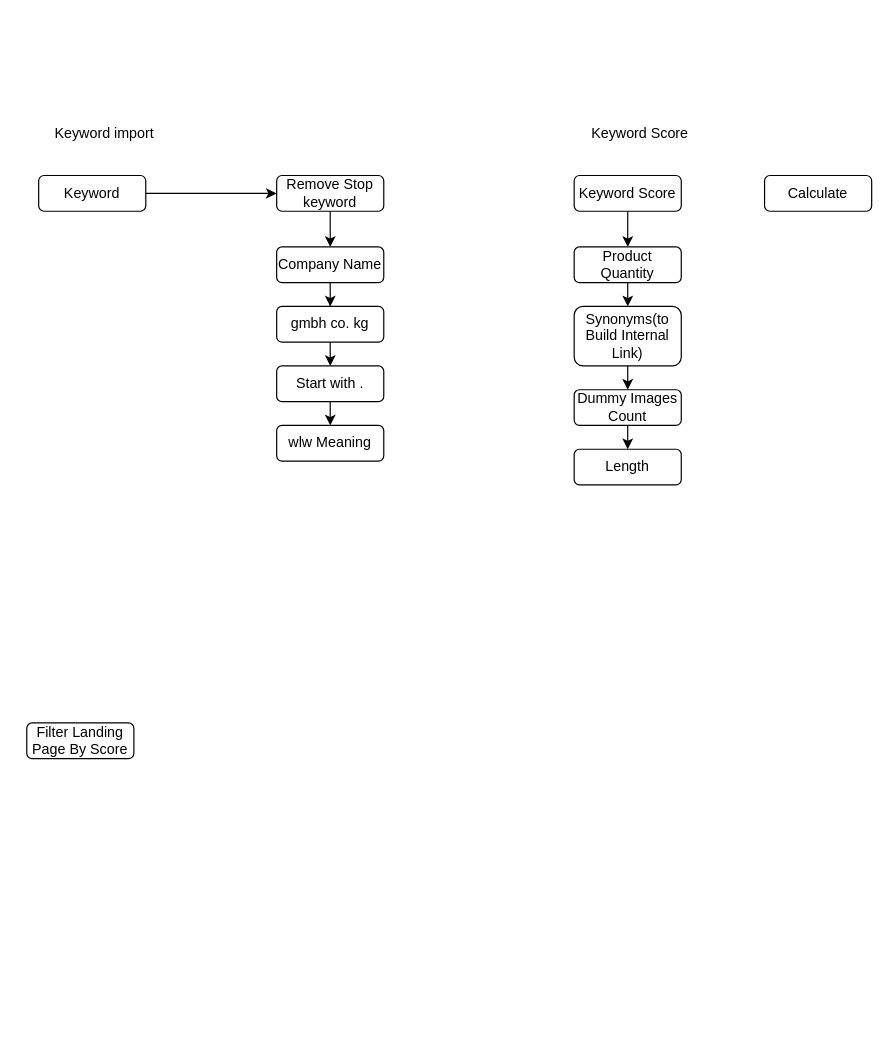
VisableHarry/seo-drawio keeps this draw.io diagram as drawio/keywordanalyze.drawio. Above is the earlier version. Source tidied: cells renumbered, new cells numbered last; positions are measured from the earlier drawing's top-left corner, leaving out a move shared by most shapes. Both pictures are drawn from the tidied source at 119%, with x=0, y=0 at pixel (26, 115).
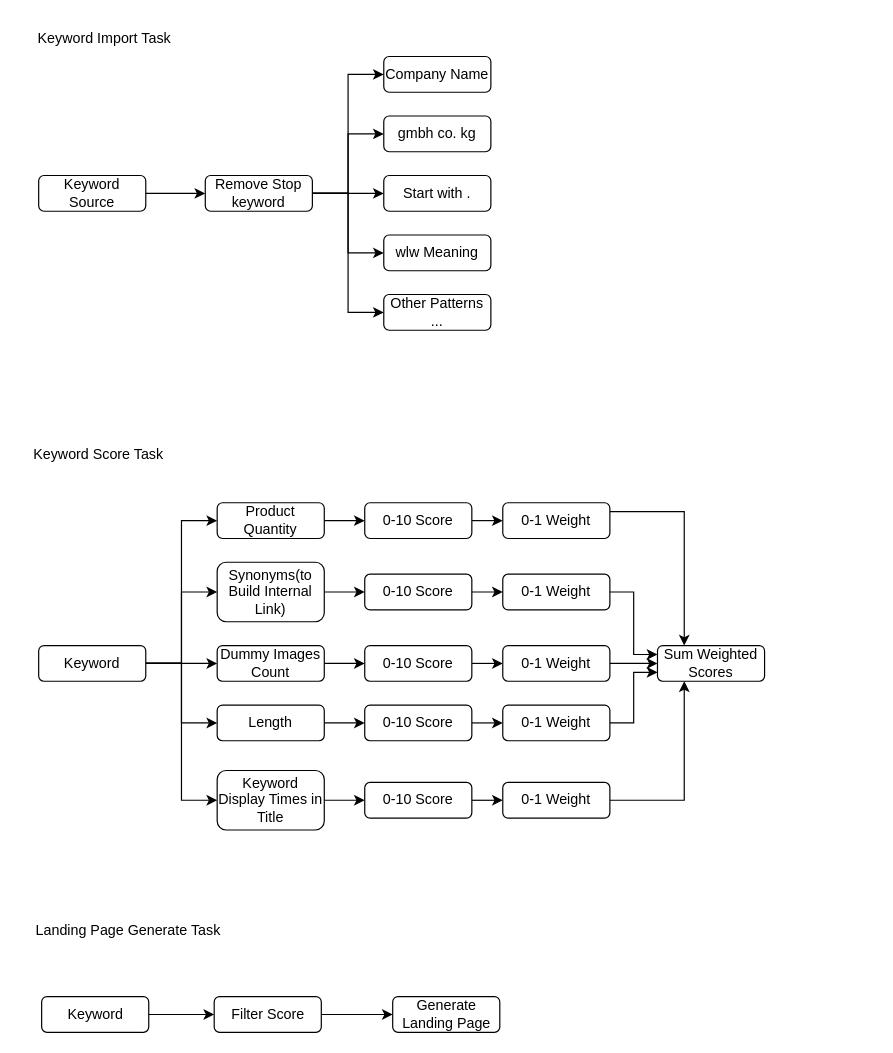
After the change.

Diff of the diagram source:
```diff
@@
-    <mxCell id="3" value="Keyword" style="rounded=1;whiteSpace=wrap;html=1;" parent="1" vertex="1">
+    <mxCell id="3" value="Keyword Source" style="rounded=1;whiteSpace=wrap;html=1;" parent="1" vertex="1">
       <mxGeometry x="10" y="50" width="90" height="30" as="geometry" />
     </mxCell>
-    <mxCell id="4" style="edgeStyle=orthogonalEdgeStyle;rounded=0;jettySize=auto;html=1;exitX=0.5;exitY=1;exitDx=0;exitDy=0;entryX=0.5;entryY=0;entryDx=0;entryDy=0;" parent="1" edge="1" source="5" target="10">
+    <mxCell id="4" style="edgeStyle=orthogonalEdgeStyle;rounded=0;jettySize=auto;html=1;exitX=1;exitY=0.5;exitDx=0;exitDy=0;entryX=0;entryY=0.5;entryDx=0;entryDy=0;" parent="1" edge="1" source="5" target="10">
       <mxGeometry relative="1" as="geometry" />
     </mxCell>
+    <mxCell id="26" style="edgeStyle=orthogonalEdgeStyle;rounded=0;jettySize=auto;html=1;exitX=1;exitY=0.5;exitDx=0;exitDy=0;entryX=0;entryY=0.5;entryDx=0;entryDy=0;" parent="1" edge="1" source="5" target="15">
+      <mxGeometry relative="1" as="geometry" />
+    </mxCell>
+    <mxCell id="27" style="edgeStyle=orthogonalEdgeStyle;rounded=0;jettySize=auto;html=1;exitX=1;exitY=0.5;exitDx=0;exitDy=0;entryX=0;entryY=0.5;entryDx=0;entryDy=0;" parent="1" edge="1" source="5" target="36">
+      <mxGeometry relative="1" as="geometry" />
+    </mxCell>
+    <mxCell id="28" style="edgeStyle=orthogonalEdgeStyle;rounded=0;jettySize=auto;html=1;exitX=1;exitY=0.5;exitDx=0;exitDy=0;" parent="1" edge="1" source="5" target="14">
+      <mxGeometry relative="1" as="geometry" />
+    </mxCell>
+    <mxCell id="29" style="edgeStyle=orthogonalEdgeStyle;rounded=0;jettySize=auto;html=1;exitX=1;exitY=0.5;exitDx=0;exitDy=0;entryX=0;entryY=0.5;entryDx=0;entryDy=0;" parent="1" edge="1" source="5" target="12">
+      <mxGeometry relative="1" as="geometry" />
+    </mxCell>
     <mxCell id="5" value="Remove Stop keyword" style="rounded=1;whiteSpace=wrap;html=1;" parent="1" vertex="1">
-      <mxGeometry x="210" y="50" width="90" height="30" as="geometry" />
+      <mxGeometry x="150" y="50" width="90" height="30" as="geometry" />
     </mxCell>
-    <mxCell id="6" style="edgeStyle=orthogonalEdgeStyle;rounded=0;jettySize=auto;html=1;exitX=0.5;exitY=1;exitDx=0;exitDy=0;entryX=0.5;entryY=0;entryDx=0;entryDy=0;" parent="1" edge="1" source="7" target="17">
-      <mxGeometry relative="1" as="geometry" />
-    </mxCell>
-    <mxCell id="7" value="Keyword Score" style="rounded=1;whiteSpace=wrap;html=1;" parent="1" vertex="1">
-      <mxGeometry x="460" y="50" width="90" height="30" as="geometry" />
-    </mxCell>
+    <mxCell id="30" style="edgeStyle=orthogonalEdgeStyle;rounded=0;jettySize=auto;html=1;exitX=1;exitY=0.5;exitDx=0;exitDy=0;" parent="1" edge="1" source="8" target="52">
+      <mxGeometry relative="1" as="geometry" />
+    </mxCell>
-    <mxCell id="8" value="Filter Landing Page By Score" style="rounded=1;whiteSpace=wrap;html=1;" parent="1" vertex="1">
-      <mxGeometry y="510" width="90" height="30" as="geometry" />
+    <mxCell id="8" value="Keyword" style="rounded=1;whiteSpace=wrap;html=1;" parent="1" vertex="1">
+      <mxGeometry x="12.5" y="740" width="90" height="30" as="geometry" />
     </mxCell>
-    <mxCell id="9" style="edgeStyle=orthogonalEdgeStyle;rounded=0;jettySize=auto;html=1;exitX=0.5;exitY=1;exitDx=0;exitDy=0;" parent="1" edge="1" source="10" target="12">
-      <mxGeometry relative="1" as="geometry" />
-    </mxCell>
     <mxCell id="10" value="Company Name" style="rounded=1;whiteSpace=wrap;html=1;" parent="1" vertex="1">
-      <mxGeometry x="210" y="110" width="90" height="30" as="geometry" />
+      <mxGeometry x="300" y="-50" width="90" height="30" as="geometry" />
     </mxCell>
-    <mxCell id="11" style="edgeStyle=orthogonalEdgeStyle;rounded=0;jettySize=auto;html=1;exitX=0.5;exitY=1;exitDx=0;exitDy=0;entryX=0.5;entryY=0;entryDx=0;entryDy=0;" parent="1" edge="1" source="12" target="14">
-      <mxGeometry relative="1" as="geometry" />
-    </mxCell>
     <mxCell id="12" value="gmbh co. kg" style="rounded=1;whiteSpace=wrap;html=1;" parent="1" vertex="1">
-      <mxGeometry x="210" y="160" width="90" height="30" as="geometry" />
+      <mxGeometry x="300" width="90" height="30" as="geometry" />
     </mxCell>
-    <mxCell id="13" style="edgeStyle=orthogonalEdgeStyle;rounded=0;jettySize=auto;html=1;exitX=0.5;exitY=1;exitDx=0;exitDy=0;entryX=0.5;entryY=0;entryDx=0;entryDy=0;" parent="1" edge="1" source="14" target="15">
-      <mxGeometry relative="1" as="geometry" />
-    </mxCell>
     <mxCell id="14" value="Start with ." style="rounded=1;whiteSpace=wrap;html=1;" parent="1" vertex="1">
-      <mxGeometry x="210" y="210" width="90" height="30" as="geometry" />
+      <mxGeometry x="300" y="50" width="90" height="30" as="geometry" />
     </mxCell>
     <mxCell id="15" value="wlw Meaning" style="rounded=1;whiteSpace=wrap;html=1;" parent="1" vertex="1">
-      <mxGeometry x="210" y="260" width="90" height="30" as="geometry" />
+      <mxGeometry x="300" y="100" width="90" height="30" as="geometry" />
     </mxCell>
-    <mxCell id="16" style="edgeStyle=orthogonalEdgeStyle;rounded=0;jettySize=auto;html=1;exitX=0.5;exitY=1;exitDx=0;exitDy=0;entryX=0.5;entryY=0;entryDx=0;entryDy=0;" parent="1" edge="1" source="17" target="19">
-      <mxGeometry relative="1" as="geometry" />
-    </mxCell>
+    <mxCell id="31" style="edgeStyle=orthogonalEdgeStyle;rounded=0;jettySize=auto;html=1;exitX=1;exitY=0.5;exitDx=0;exitDy=0;entryX=0;entryY=0.5;entryDx=0;entryDy=0;" parent="1" edge="1" source="17" target="25">
+      <mxGeometry relative="1" as="geometry" />
+    </mxCell>
     <mxCell id="17" value="Product Quantity" style="rounded=1;whiteSpace=wrap;html=1;" parent="1" vertex="1">
-      <mxGeometry x="460" y="110" width="90" height="30" as="geometry" />
+      <mxGeometry x="160" y="325" width="90" height="30" as="geometry" />
     </mxCell>
-    <mxCell id="18" style="edgeStyle=orthogonalEdgeStyle;rounded=0;jettySize=auto;html=1;exitX=0.5;exitY=1;exitDx=0;exitDy=0;entryX=0.5;entryY=0;entryDx=0;entryDy=0;" parent="1" edge="1" source="19" target="21">
-      <mxGeometry relative="1" as="geometry" />
-    </mxCell>
+    <mxCell id="32" style="edgeStyle=orthogonalEdgeStyle;rounded=0;jettySize=auto;html=1;exitX=1;exitY=0.5;exitDx=0;exitDy=0;entryX=0;entryY=0.5;entryDx=0;entryDy=0;" parent="1" edge="1" source="19" target="44">
+      <mxGeometry relative="1" as="geometry" />
+    </mxCell>
     <mxCell id="19" value="Synonyms(to Build Internal Link)" style="rounded=1;whiteSpace=wrap;html=1;" parent="1" vertex="1">
-      <mxGeometry x="460" y="160" width="90" height="50" as="geometry" />
+      <mxGeometry x="160" y="375" width="90" height="50" as="geometry" />
     </mxCell>
-    <mxCell id="20" style="edgeStyle=orthogonalEdgeStyle;rounded=0;jettySize=auto;html=1;exitX=0.5;exitY=1;exitDx=0;exitDy=0;entryX=0.5;entryY=0;entryDx=0;entryDy=0;" parent="1" edge="1" source="21" target="22">
-      <mxGeometry relative="1" as="geometry" />
-    </mxCell>
+    <mxCell id="33" style="edgeStyle=orthogonalEdgeStyle;rounded=0;jettySize=auto;html=1;exitX=1;exitY=0.5;exitDx=0;exitDy=0;entryX=0;entryY=0.5;entryDx=0;entryDy=0;" parent="1" edge="1" source="21" target="46">
+      <mxGeometry relative="1" as="geometry" />
+    </mxCell>
     <mxCell id="21" value="Dummy Images Count" style="rounded=1;whiteSpace=wrap;html=1;" parent="1" vertex="1">
-      <mxGeometry x="460" y="230" width="90" height="30" as="geometry" />
+      <mxGeometry x="160" y="445" width="90" height="30" as="geometry" />
     </mxCell>
+    <mxCell id="34" style="edgeStyle=orthogonalEdgeStyle;rounded=0;jettySize=auto;html=1;exitX=1;exitY=0.5;exitDx=0;exitDy=0;entryX=0;entryY=0.5;entryDx=0;entryDy=0;" parent="1" edge="1" source="22" target="48">
+      <mxGeometry relative="1" as="geometry" />
+    </mxCell>
     <mxCell id="22" value="Length" style="rounded=1;whiteSpace=wrap;html=1;" parent="1" vertex="1">
-      <mxGeometry x="460" y="280" width="90" height="30" as="geometry" />
+      <mxGeometry x="160" y="495" width="90" height="30" as="geometry" />
     </mxCell>
-    <mxCell id="23" value="Keyword import" style="text;html=1;align=center;verticalAlign=middle;strokeColor=none;fillColor=none;" parent="1" vertex="1">
-      <mxGeometry x="10" width="110" height="30" as="geometry" />
+    <mxCell id="23" value="Keyword Import Task" style="text;html=1;align=center;verticalAlign=middle;strokeColor=none;fillColor=none;" parent="1" vertex="1">
+      <mxGeometry x="-5" y="-80" width="140" height="30" as="geometry" />
     </mxCell>
-    <mxCell id="24" value="Keyword Score" style="text;html=1;align=center;verticalAlign=middle;strokeColor=none;fillColor=none;" parent="1" vertex="1">
-      <mxGeometry x="465" width="100" height="30" as="geometry" />
+    <mxCell id="24" value="Keyword Score Task" style="text;html=1;align=center;verticalAlign=middle;strokeColor=none;fillColor=none;" parent="1" vertex="1">
+      <mxGeometry x="-5" y="270" width="130" height="30" as="geometry" />
     </mxCell>
+    <mxCell id="35" style="edgeStyle=orthogonalEdgeStyle;rounded=0;jettySize=auto;html=1;exitX=1;exitY=0.5;exitDx=0;exitDy=0;entryX=0;entryY=0.5;entryDx=0;entryDy=0;" parent="1" edge="1" source="25" target="55">
+      <mxGeometry relative="1" as="geometry" />
+    </mxCell>
-    <mxCell id="25" value="Calculate" style="rounded=1;whiteSpace=wrap;html=1;" parent="1" vertex="1">
-      <mxGeometry x="620" y="50" width="90" height="30" as="geometry" />
+    <mxCell id="25" value="0-10 Score" style="rounded=1;whiteSpace=wrap;html=1;" parent="1" vertex="1">
+      <mxGeometry x="284" y="325" width="90" height="30" as="geometry" />
     </mxCell>
+    <mxCell id="36" value="Other Patterns ..." style="rounded=1;whiteSpace=wrap;html=1;" parent="1" vertex="1">
+      <mxGeometry x="300" y="150" width="90" height="30" as="geometry" />
+    </mxCell>
+    <mxCell id="37" style="edgeStyle=orthogonalEdgeStyle;rounded=0;jettySize=auto;html=1;exitX=1;exitY=0.5;exitDx=0;exitDy=0;entryX=0;entryY=0.5;entryDx=0;entryDy=0;" parent="1" edge="1" source="42" target="17">
+      <mxGeometry relative="1" as="geometry" />
+    </mxCell>
+    <mxCell id="38" style="edgeStyle=orthogonalEdgeStyle;rounded=0;jettySize=auto;html=1;exitX=1;exitY=0.5;exitDx=0;exitDy=0;entryX=0;entryY=0.5;entryDx=0;entryDy=0;" parent="1" edge="1" source="42" target="21">
+      <mxGeometry relative="1" as="geometry" />
+    </mxCell>
+    <mxCell id="39" style="edgeStyle=orthogonalEdgeStyle;rounded=0;jettySize=auto;html=1;exitX=1;exitY=0.5;exitDx=0;exitDy=0;entryX=0;entryY=0.5;entryDx=0;entryDy=0;" parent="1" edge="1" source="42" target="22">
+      <mxGeometry relative="1" as="geometry" />
+    </mxCell>
+    <mxCell id="40" style="edgeStyle=orthogonalEdgeStyle;rounded=0;jettySize=auto;html=1;exitX=1;exitY=0.5;exitDx=0;exitDy=0;entryX=0;entryY=0.5;entryDx=0;entryDy=0;" parent="1" edge="1" source="42" target="63">
+      <mxGeometry relative="1" as="geometry" />
+    </mxCell>
+    <mxCell id="41" style="edgeStyle=orthogonalEdgeStyle;rounded=0;jettySize=auto;html=1;exitX=1;exitY=0.5;exitDx=0;exitDy=0;entryX=0;entryY=0.5;entryDx=0;entryDy=0;" parent="1" edge="1" source="42" target="19">
+      <mxGeometry relative="1" as="geometry" />
+    </mxCell>
+    <mxCell id="42" value="Keyword" style="rounded=1;whiteSpace=wrap;html=1;" parent="1" vertex="1">
+      <mxGeometry x="10" y="445" width="90" height="30" as="geometry" />
+    </mxCell>
+    <mxCell id="43" style="edgeStyle=orthogonalEdgeStyle;rounded=0;jettySize=auto;html=1;exitX=1;exitY=0.5;exitDx=0;exitDy=0;" parent="1" edge="1" source="44" target="57">
+      <mxGeometry relative="1" as="geometry" />
+    </mxCell>
+    <mxCell id="44" value="0-10 Score" style="rounded=1;whiteSpace=wrap;html=1;" parent="1" vertex="1">
+      <mxGeometry x="284" y="385" width="90" height="30" as="geometry" />
+    </mxCell>
+    <mxCell id="45" style="edgeStyle=orthogonalEdgeStyle;rounded=0;jettySize=auto;html=1;exitX=1;exitY=0.5;exitDx=0;exitDy=0;entryX=0;entryY=0.5;entryDx=0;entryDy=0;" parent="1" edge="1" source="46" target="59">
+      <mxGeometry relative="1" as="geometry" />
+    </mxCell>
+    <mxCell id="46" value="0-10 Score" style="rounded=1;whiteSpace=wrap;html=1;" parent="1" vertex="1">
+      <mxGeometry x="284" y="445" width="90" height="30" as="geometry" />
+    </mxCell>
+    <mxCell id="47" style="edgeStyle=orthogonalEdgeStyle;rounded=0;jettySize=auto;html=1;exitX=1;exitY=0.5;exitDx=0;exitDy=0;entryX=0;entryY=0.5;entryDx=0;entryDy=0;" parent="1" edge="1" source="48" target="61">
+      <mxGeometry relative="1" as="geometry" />
+    </mxCell>
+    <mxCell id="48" value="0-10 Score" style="rounded=1;whiteSpace=wrap;html=1;" parent="1" vertex="1">
+      <mxGeometry x="284" y="495" width="90" height="30" as="geometry" />
+    </mxCell>
+    <mxCell id="49" value="Sum Weighted Scores" style="rounded=1;whiteSpace=wrap;html=1;" parent="1" vertex="1">
+      <mxGeometry x="530" y="445" width="90" height="30" as="geometry" />
+    </mxCell>
+    <mxCell id="50" value="Landing Page Generate Task" style="text;html=1;align=center;verticalAlign=middle;strokeColor=none;fillColor=none;" parent="1" vertex="1">
+      <mxGeometry x="-5" y="670" width="180" height="30" as="geometry" />
+    </mxCell>
+    <mxCell id="51" style="edgeStyle=orthogonalEdgeStyle;rounded=0;jettySize=auto;html=1;exitX=1;exitY=0.5;exitDx=0;exitDy=0;" parent="1" edge="1" source="52" target="53">
+      <mxGeometry relative="1" as="geometry" />
+    </mxCell>
+    <mxCell id="52" value="Filter Score" style="rounded=1;whiteSpace=wrap;html=1;" parent="1" vertex="1">
+      <mxGeometry x="157.5" y="740" width="90" height="30" as="geometry" />
+    </mxCell>
+    <mxCell id="53" value="Generate Landing Page" style="rounded=1;whiteSpace=wrap;html=1;" parent="1" vertex="1">
+      <mxGeometry x="307.5" y="740" width="90" height="30" as="geometry" />
+    </mxCell>
+    <mxCell id="54" style="edgeStyle=orthogonalEdgeStyle;rounded=0;jettySize=auto;html=1;exitX=1;exitY=0.25;exitDx=0;exitDy=0;entryX=0.25;entryY=0;entryDx=0;entryDy=0;" parent="1" edge="1" source="55" target="49">
+      <mxGeometry relative="1" as="geometry" />
+    </mxCell>
+    <mxCell id="55" value="0-1 Weight" style="rounded=1;whiteSpace=wrap;html=1;" parent="1" vertex="1">
+      <mxGeometry x="400" y="325" width="90" height="30" as="geometry" />
+    </mxCell>
+    <mxCell id="56" style="edgeStyle=orthogonalEdgeStyle;rounded=0;jettySize=auto;html=1;exitX=1;exitY=0.5;exitDx=0;exitDy=0;entryX=0;entryY=0.25;entryDx=0;entryDy=0;" parent="1" edge="1" source="57" target="49">
+      <mxGeometry relative="1" as="geometry" />
+    </mxCell>
+    <mxCell id="57" value="0-1 Weight" style="rounded=1;whiteSpace=wrap;html=1;" parent="1" vertex="1">
+      <mxGeometry x="400" y="385" width="90" height="30" as="geometry" />
+    </mxCell>
+    <mxCell id="58" style="edgeStyle=orthogonalEdgeStyle;rounded=0;jettySize=auto;html=1;exitX=1;exitY=0.5;exitDx=0;exitDy=0;entryX=0;entryY=0.5;entryDx=0;entryDy=0;" parent="1" edge="1" source="59" target="49">
+      <mxGeometry relative="1" as="geometry" />
+    </mxCell>
+    <mxCell id="59" value="0-1 Weight" style="rounded=1;whiteSpace=wrap;html=1;" parent="1" vertex="1">
+      <mxGeometry x="400" y="445" width="90" height="30" as="geometry" />
+    </mxCell>
+    <mxCell id="60" style="edgeStyle=orthogonalEdgeStyle;rounded=0;jettySize=auto;html=1;exitX=1;exitY=0.5;exitDx=0;exitDy=0;entryX=0;entryY=0.75;entryDx=0;entryDy=0;" parent="1" edge="1" source="61" target="49">
+      <mxGeometry relative="1" as="geometry" />
+    </mxCell>
+    <mxCell id="61" value="0-1 Weight" style="rounded=1;whiteSpace=wrap;html=1;" parent="1" vertex="1">
+      <mxGeometry x="400" y="495" width="90" height="30" as="geometry" />
+    </mxCell>
+    <mxCell id="62" style="edgeStyle=orthogonalEdgeStyle;rounded=0;jettySize=auto;html=1;exitX=1;exitY=0.5;exitDx=0;exitDy=0;entryX=0;entryY=0.5;entryDx=0;entryDy=0;" parent="1" edge="1" source="63" target="65">
+      <mxGeometry relative="1" as="geometry" />
+    </mxCell>
+    <mxCell id="63" value="Keyword Display Times in Title" style="rounded=1;whiteSpace=wrap;html=1;" parent="1" vertex="1">
+      <mxGeometry x="160" y="550" width="90" height="50" as="geometry" />
+    </mxCell>
+    <mxCell id="64" style="edgeStyle=orthogonalEdgeStyle;rounded=0;jettySize=auto;html=1;exitX=1;exitY=0.5;exitDx=0;exitDy=0;entryX=0;entryY=0.5;entryDx=0;entryDy=0;" parent="1" edge="1" source="65" target="67">
+      <mxGeometry relative="1" as="geometry" />
+    </mxCell>
+    <mxCell id="65" value="0-10 Score" style="rounded=1;whiteSpace=wrap;html=1;" parent="1" vertex="1">
+      <mxGeometry x="284" y="560" width="90" height="30" as="geometry" />
+    </mxCell>
+    <mxCell id="66" style="edgeStyle=orthogonalEdgeStyle;rounded=0;jettySize=auto;html=1;exitX=1;exitY=0.5;exitDx=0;exitDy=0;entryX=0.25;entryY=1;entryDx=0;entryDy=0;" parent="1" edge="1" source="67" target="49">
+      <mxGeometry relative="1" as="geometry" />
+    </mxCell>
+    <mxCell id="67" value="0-1 Weight" style="rounded=1;whiteSpace=wrap;html=1;" parent="1" vertex="1">
+      <mxGeometry x="400" y="560" width="90" height="30" as="geometry" />
+    </mxCell>
```
